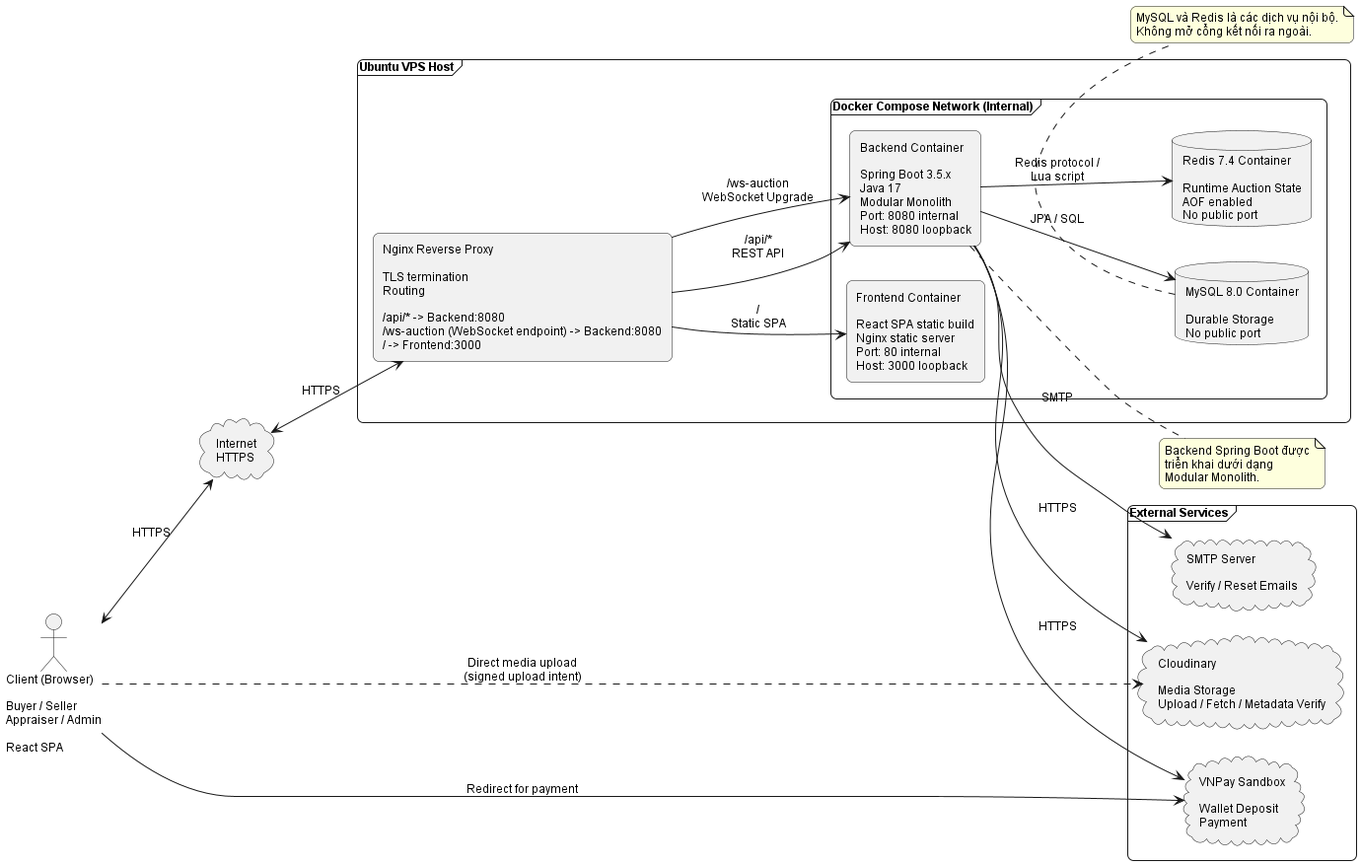
Above: thesis/figures/chapter-3/system_architecture.png in duynguyen312004/woodcert-auction (PlantUML), before the change. The source it was exported from:
```plantuml
@startuml
left to right direction

skinparam shadowing false
skinparam roundcorner 12
skinparam componentStyle rectangle
skinparam defaultFontName Arial
skinparam defaultFontSize 12

actor "Client (Browser)\n\nBuyer / Seller\nAppraiser / Admin\n\nReact SPA" as Client

cloud "Internet\nHTTPS" as Internet

frame "Ubuntu VPS Host" as VPS {
  component "Nginx Reverse Proxy\n\nTLS termination\nRouting\n\n/api/* -> Backend:8080\n/ws-auction (WebSocket endpoint) -> Backend:8080\n/ -> Frontend:3000" as Nginx

  frame "Docker Compose Network (Internal)" as Docker {
    component "Frontend Container\n\nReact SPA static build\nNginx static server\nPort: 80 internal\nHost: 3000 loopback" as Frontend

    component "Backend Container\n\nSpring Boot 3.5.x\nJava 17\nModular Monolith\nPort: 8080 internal\nHost: 8080 loopback" as Backend

    database "MySQL 8.0 Container\n\nDurable Storage\nNo public port" as MySQL

    database "Redis 7.4 Container\n\nRuntime Auction State\nAOF enabled\nNo public port" as Redis
  }
}

frame "External Services" as External {
  cloud "Cloudinary\n\nMedia Storage\nUpload / Fetch / Metadata Verify" as Cloudinary
  cloud "VNPay Sandbox\n\nWallet Deposit\nPayment" as VNPay
  cloud "SMTP Server\n\nVerify / Reset Emails" as SMTP
}

Client <--> Internet : HTTPS
Internet <--> Nginx : HTTPS

Nginx --> Frontend : /\nStatic SPA
Nginx --> Backend : /api/*\nREST API
Nginx --> Backend : /ws-auction\nWebSocket Upgrade

Backend --> MySQL : JPA / SQL
Backend --> Redis : Redis protocol /\nLua script

Backend --> Cloudinary : HTTPS
Backend --> VNPay : HTTPS
Backend --> SMTP : SMTP

Client --> VNPay : Redirect for payment
Client ..> Cloudinary : Direct media upload\n(signed upload intent)

note right of Backend
  Backend Spring Boot được
  triển khai dưới dạng
  Modular Monolith.
end note

note bottom of MySQL
  MySQL và Redis là các dịch vụ nội bộ.
  Không mở cổng kết nối ra ngoài.
end note
@enduml
```
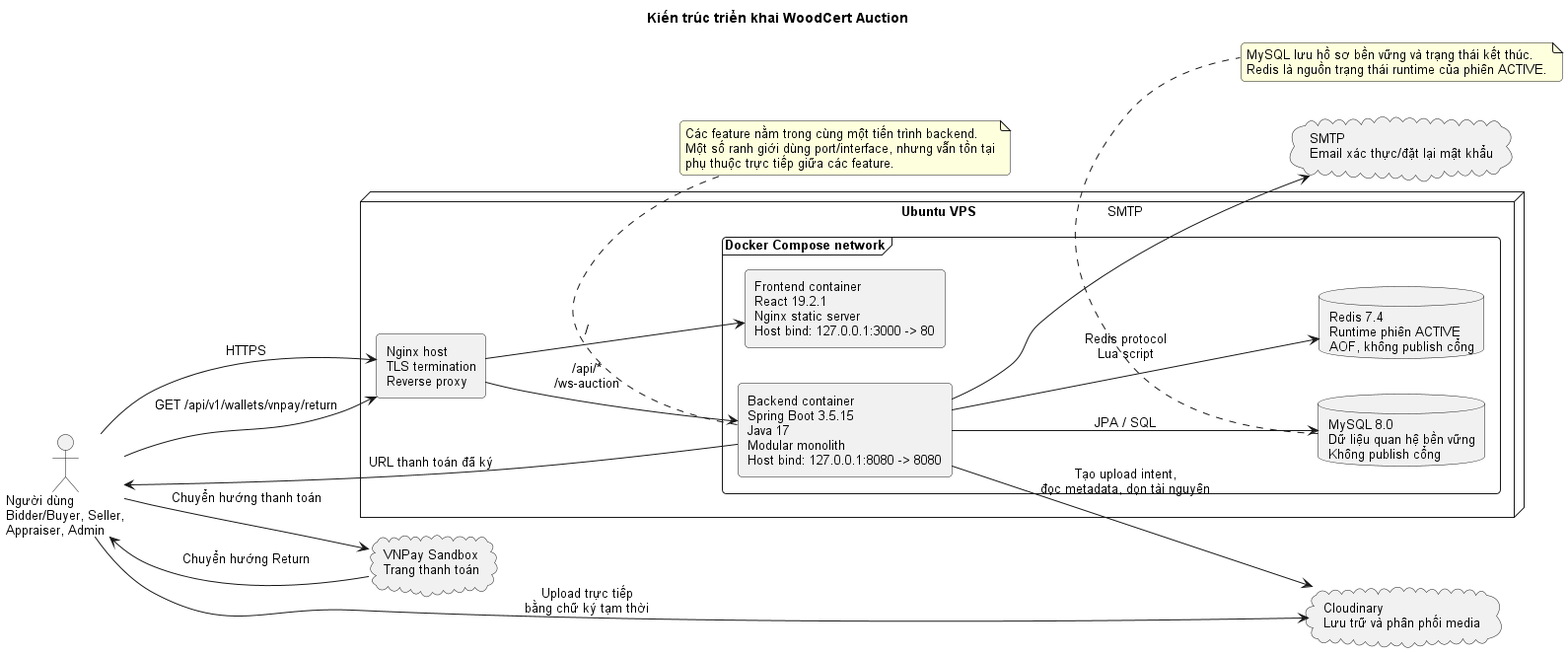
The same diagram one commit later.

The edit, as a diff of the source:
```diff
@@ -1,61 +1,53 @@
 @startuml
+title Kiến trúc triển khai WoodCert Auction
 left to right direction
 
 skinparam shadowing false
-skinparam roundcorner 12
+skinparam roundcorner 8
 skinparam componentStyle rectangle
 skinparam defaultFontName Arial
-skinparam defaultFontSize 12
+skinparam defaultFontSize 13
+skinparam backgroundColor White
 
-actor "Client (Browser)\n\nBuyer / Seller\nAppraiser / Admin\n\nReact SPA" as Client
+actor "Người dùng\nBidder/Buyer, Seller,\nAppraiser, Admin" as User
 
-cloud "Internet\nHTTPS" as Internet
+node "Ubuntu VPS" as VPS {
+  component "Nginx host\nTLS termination\nReverse proxy" as HostNginx
 
-frame "Ubuntu VPS Host" as VPS {
-  component "Nginx Reverse Proxy\n\nTLS termination\nRouting\n\n/api/* -> Backend:8080\n/ws-auction (WebSocket endpoint) -> Backend:8080\n/ -> Frontend:3000" as Nginx
-
-  frame "Docker Compose Network (Internal)" as Docker {
-    component "Frontend Container\n\nReact SPA static build\nNginx static server\nPort: 80 internal\nHost: 3000 loopback" as Frontend
-
-    component "Backend Container\n\nSpring Boot 3.5.x\nJava 17\nModular Monolith\nPort: 8080 internal\nHost: 8080 loopback" as Backend
-
-    database "MySQL 8.0 Container\n\nDurable Storage\nNo public port" as MySQL
-
-    database "Redis 7.4 Container\n\nRuntime Auction State\nAOF enabled\nNo public port" as Redis
+  frame "Docker Compose network" {
+    component "Frontend container\nReact 19.2.1\nNginx static server\nHost bind: 127.0.0.1:3000 -> 80" as Frontend
+    component "Backend container\nSpring Boot 3.5.15\nJava 17\nModular monolith\nHost bind: 127.0.0.1:8080 -> 8080" as Backend
+    database "MySQL 8.0\nDữ liệu quan hệ bền vững\nKhông publish cổng" as MySQL
+    database "Redis 7.4\nRuntime phiên ACTIVE\nAOF, không publish cổng" as Redis
   }
 }
 
-frame "External Services" as External {
-  cloud "Cloudinary\n\nMedia Storage\nUpload / Fetch / Metadata Verify" as Cloudinary
-  cloud "VNPay Sandbox\n\nWallet Deposit\nPayment" as VNPay
-  cloud "SMTP Server\n\nVerify / Reset Emails" as SMTP
-}
+cloud "Cloudinary\nLưu trữ và phân phối media" as Cloudinary
+cloud "VNPay Sandbox\nTrang thanh toán" as VNPay
+cloud "SMTP\nEmail xác thực/đặt lại mật khẩu" as SMTP
 
-Client <--> Internet : HTTPS
-Internet <--> Nginx : HTTPS
-
-Nginx --> Frontend : /\nStatic SPA
-Nginx --> Backend : /api/*\nREST API
-Nginx --> Backend : /ws-auction\nWebSocket Upgrade
-
+User --> HostNginx : HTTPS
+HostNginx --> Frontend : /
+HostNginx --> Backend : /api/*\n/ws-auction
 Backend --> MySQL : JPA / SQL
-Backend --> Redis : Redis protocol /\nLua script
-
-Backend --> Cloudinary : HTTPS
-Backend --> VNPay : HTTPS
+Backend --> Redis : Redis protocol\nLua script
+Backend --> Cloudinary : Tạo upload intent,\nđọc metadata, dọn tài nguyên
+User --> Cloudinary : Upload trực tiếp\nbằng chữ ký tạm thời
 Backend --> SMTP : SMTP
 
-Client --> VNPay : Redirect for payment
-Client ..> Cloudinary : Direct media upload\n(signed upload intent)
+Backend --> User : URL thanh toán đã ký
+User --> VNPay : Chuyển hướng thanh toán
+VNPay --> User : Chuyển hướng Return
+User --> HostNginx : GET /api/v1/wallets/vnpay/return
 
-note right of Backend
-  Backend Spring Boot được
-  triển khai dưới dạng
-  Modular Monolith.
+note bottom of Backend
+  Các feature nằm trong cùng một tiến trình backend.
+  Một số ranh giới dùng port/interface, nhưng vẫn tồn tại
+  phụ thuộc trực tiếp giữa các feature.
 end note
 
 note bottom of MySQL
-  MySQL và Redis là các dịch vụ nội bộ.
-  Không mở cổng kết nối ra ngoài.
+  MySQL lưu hồ sơ bền vững và trạng thái kết thúc.
+  Redis là nguồn trạng thái runtime của phiên ACTIVE.
 end note
 @enduml
```
